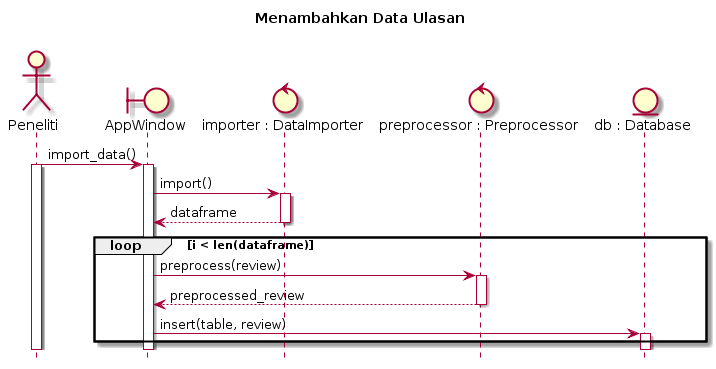
Earlier version of the PlantUML export diagrams/sd_menambahkan_data_ulasan_v1.png (azhry/sentimen-c4.5-pso).
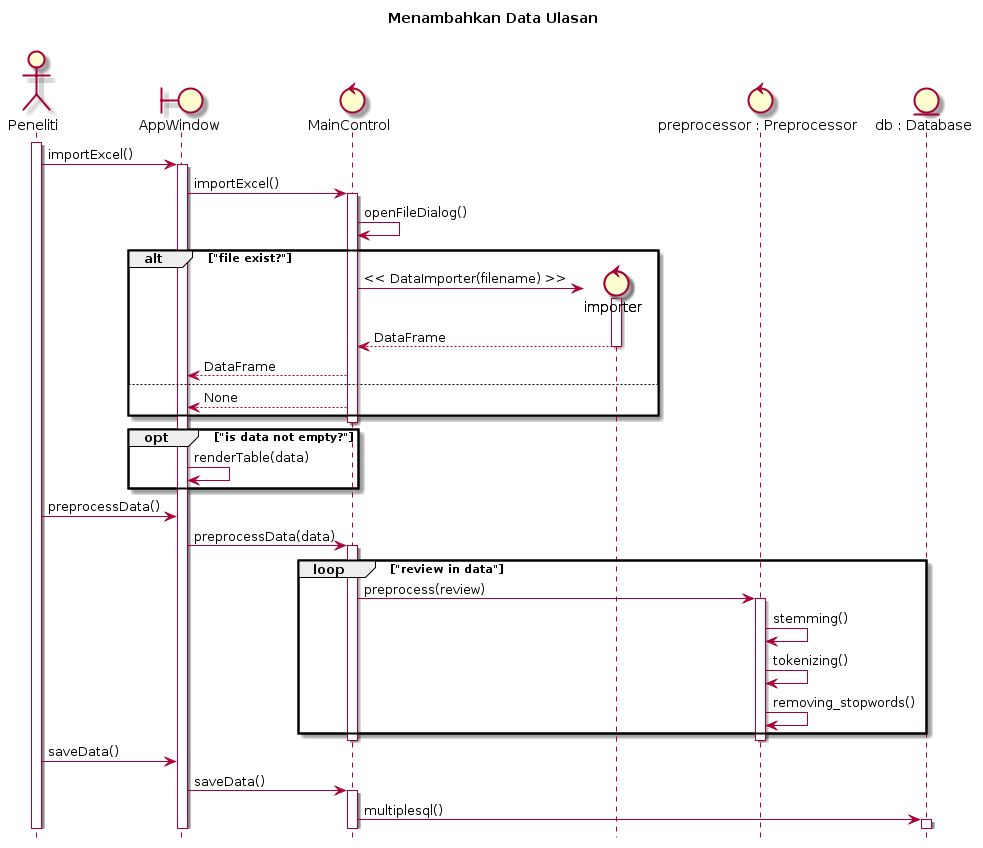
After the commit.

The edit, as a diff of the source:
```diff
@@ -4,23 +4,51 @@
 
 actor Peneliti
 boundary AppWindow
-control "importer : DataImporter"
+control MainControl
+control importer
 control "preprocessor : Preprocessor"
 entity "db : Database"
 
-Peneliti -> AppWindow : import_data()
 activate Peneliti
+Peneliti -> AppWindow : importExcel()
 activate AppWindow
-AppWindow -> "importer : DataImporter" : import()
-activate "importer : DataImporter"
-"importer : DataImporter" --> AppWindow : dataframe
-deactivate "importer : DataImporter"
-loop i < len(dataframe)
-	AppWindow -> "preprocessor : Preprocessor" : preprocess(review)
-	activate "preprocessor : Preprocessor"
-	"preprocessor : Preprocessor" --> AppWindow : preprocessed_review
-	deactivate "preprocessor : Preprocessor"
-	AppWindow -> "db : Database" : insert(table, review)
-	activate "db : Database"
+AppWindow -> MainControl : importExcel()
+activate MainControl
+MainControl -> MainControl : openFileDialog()
+
+alt "file exist?"
+create importer
+MainControl -> importer : << DataImporter(filename) >>
+activate importer
+importer --> MainControl : DataFrame
+deactivate importer
+MainControl --> AppWindow : DataFrame
+else
+MainControl --> AppWindow : None
 end
+
+deactivate MainControl
+opt "is data not empty?"
+AppWindow -> AppWindow : renderTable(data)
+end
+
+Peneliti -> AppWindow : preprocessData()
+AppWindow -> MainControl : preprocessData(data)
+activate MainControl
+loop "review in data"
+MainControl -> "preprocessor : Preprocessor" : preprocess(review)
+activate "preprocessor : Preprocessor"
+"preprocessor : Preprocessor" -> "preprocessor : Preprocessor" : stemming()
+"preprocessor : Preprocessor" -> "preprocessor : Preprocessor" : tokenizing()
+"preprocessor : Preprocessor" -> "preprocessor : Preprocessor" : removing_stopwords()
+end
+
+deactivate "preprocessor : Preprocessor"
+deactivate MainControl
+
+Peneliti -> AppWindow : saveData()
+AppWindow -> MainControl : saveData()
+activate MainControl
+MainControl -> "db : Database" : multiplesql()
+activate "db : Database"
 @enduml
```
